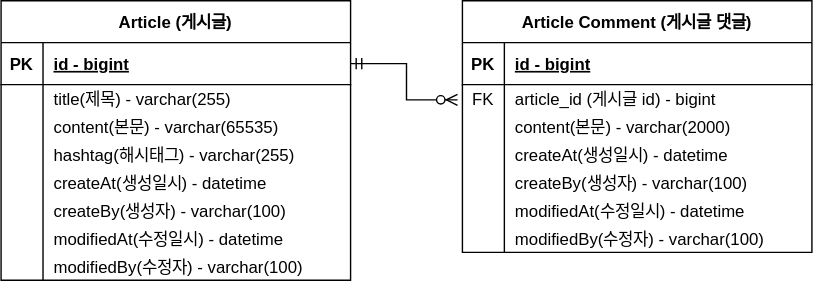
Earlier version of the draw.io export fastcamus-project-board/document/project-board.svg (whdudtjr/fastcampus-project-board). Source tidied: cells renumbered, new cells last; positions are measured from the earlier drawing's top-left corner, leaving out a move shared by most shapes.
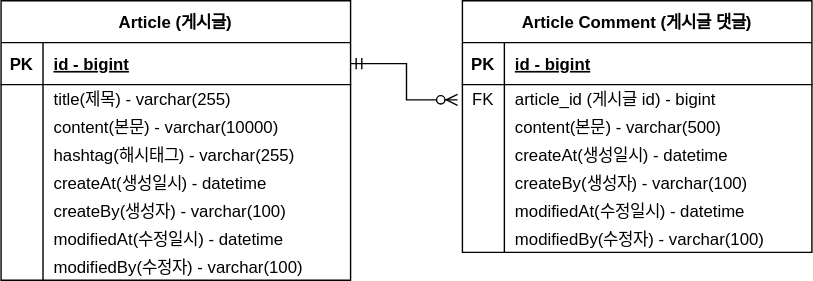
Above is the later version.

Commit message:
#10 - erd 업데이트: content 사이즈 변경

What changed in the source:
```diff
@@ -32,7 +32,7 @@
     <mxCell id="11" style="shape=partialRectangle;overflow=hidden;fillColor=none;top=0;left=0;bottom=0;right=0;" parent="10" vertex="1">
       <mxGeometry width="30" height="20" as="geometry" />
     </mxCell>
-    <mxCell id="12" value="content(본문) - varchar(65535)                        " style="shape=partialRectangle;overflow=hidden;fillColor=none;top=0;left=0;bottom=0;right=0;align=left;spacingLeft=6;" parent="10" vertex="1">
+    <mxCell id="12" value="content(본문) - varchar(10000)                        " style="shape=partialRectangle;overflow=hidden;fillColor=none;top=0;left=0;bottom=0;right=0;align=left;spacingLeft=6;" parent="10" vertex="1">
       <mxGeometry x="30" width="220" height="20" as="geometry" />
     </mxCell>
     <mxCell id="13" style="shape=partialRectangle;fillColor=none;top=0;left=0;right=0;bottom=0;" parent="3" vertex="1">
@@ -107,7 +107,7 @@
     <mxCell id="36" style="shape=partialRectangle;overflow=hidden;fillColor=none;top=0;left=0;bottom=0;right=0;" parent="35" vertex="1">
       <mxGeometry width="30" height="20" as="geometry" />
     </mxCell>
-    <mxCell id="37" value="content(본문) - varchar(2000)                        " style="shape=partialRectangle;overflow=hidden;fillColor=none;top=0;left=0;bottom=0;right=0;align=left;spacingLeft=6;" parent="35" vertex="1">
+    <mxCell id="37" value="content(본문) - varchar(500)                        " style="shape=partialRectangle;overflow=hidden;fillColor=none;top=0;left=0;bottom=0;right=0;align=left;spacingLeft=6;" parent="35" vertex="1">
       <mxGeometry x="30" width="220" height="20" as="geometry" />
     </mxCell>
     <mxCell id="38" style="shape=partialRectangle;fillColor=none;top=0;left=0;right=0;bottom=0;" parent="28" vertex="1">
```
